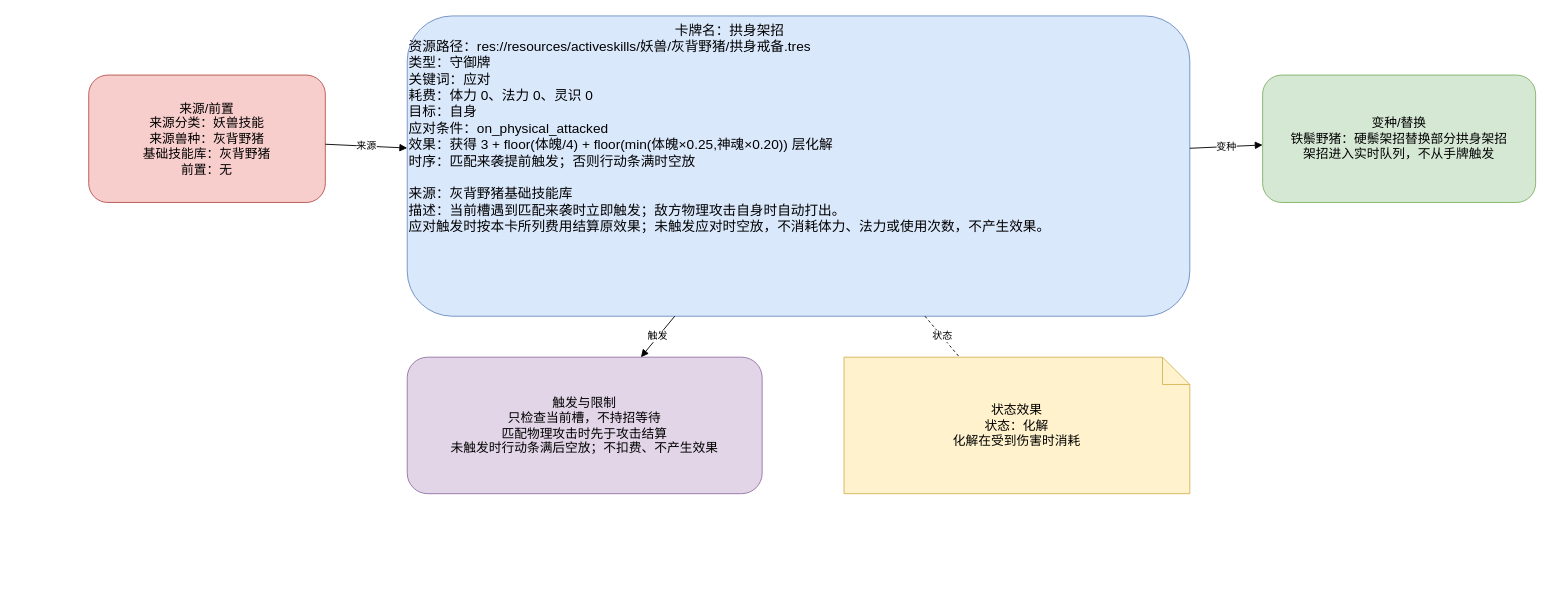
Earlier version of the draw.io diagram page "拱身架招" (1 of 2) of docs/卡牌词典/妖兽/灰背野猪/拱身架招.drawio (ankundanetracyc-spec/tian-guan-you-du). Source tidied: cells renumbered, new cells numbered last; positions are measured from the earlier drawing's top-left corner, leaving out a move shared by most shapes. Both pictures are drawn from the tidied source at 91%, with x=0, y=0 at pixel (88, 15).
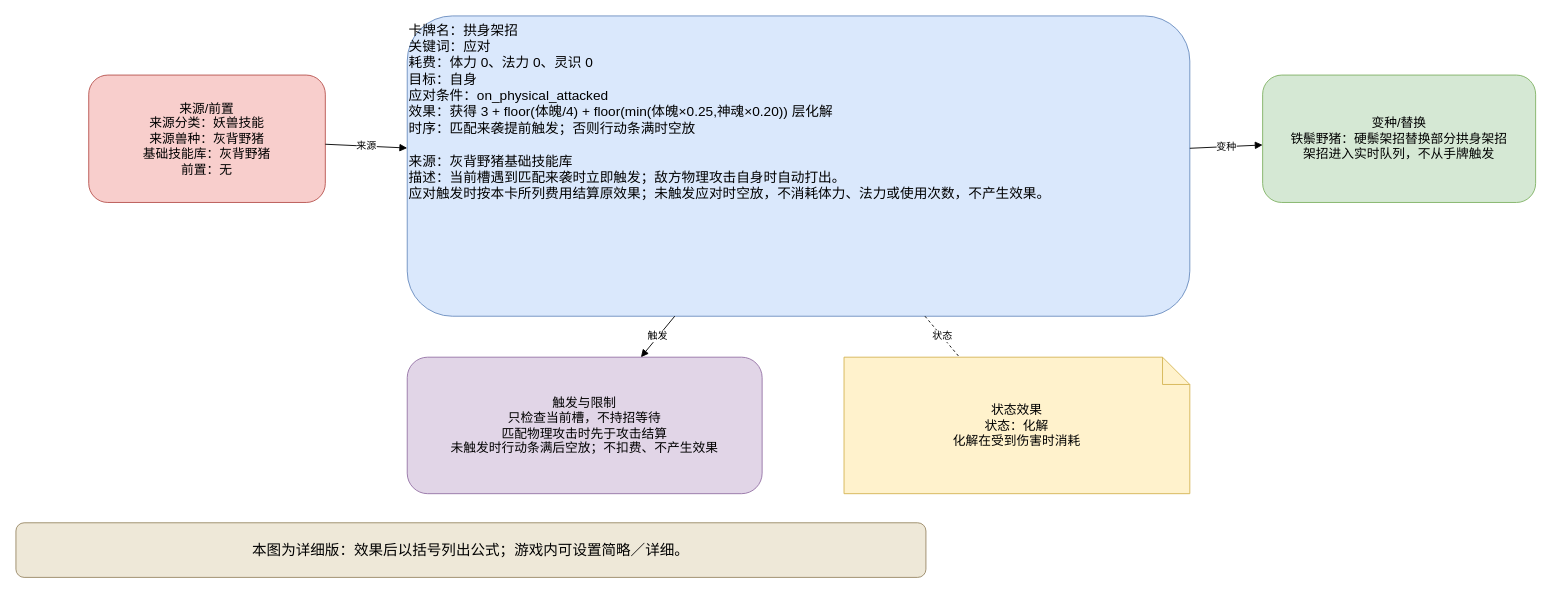
After the change.

Diff of the diagram source:
```diff
@@
 <mxGraphModel>
   <root>
     <mxCell id="0" />
     <mxCell id="1" parent="0" />
-    <mxCell id="2" value="&lt;div style=&quot;text-align:center;&quot;&gt;卡牌名：拱身架招&lt;/div&gt;&lt;div style=&quot;text-align:left;&quot;&gt;资源路径：res://resources/activeskills/妖兽/灰背野猪/拱身戒备.tres&lt;br&gt;类型：守御牌&lt;br&gt;关键词：应对&lt;br&gt;耗费：体力 0、法力 0、灵识 0&lt;br&gt;目标：自身&lt;br&gt;应对条件：on_physical_attacked&lt;br&gt;效果：获得 3 + floor(体魄/4) + floor(min(体魄×0.25,神魂×0.20)) 层化解&lt;br&gt;时序：匹配来袭提前触发；否则行动条满时空放&lt;/div&gt;&lt;br&gt;来源：灰背野猪基础技能库&lt;br&gt;描述：当前槽遇到匹配来袭时立即触发；敌方物理攻击自身时自动打出。&lt;br&gt;应对触发时按本卡所列费用结算原效果；未触发应对时空放，不消耗体力、法力或使用次数，不产生效果。" style="rounded=1;whiteSpace=wrap;html=1;fillColor=#dae8fc;strokeColor=#6c8ebf;fontSize=15;align=left;verticalAlign=top;" parent="1" vertex="1">
+    <mxCell id="2" value="卡牌名：拱身架招&#10;关键词：应对&#10;耗费：体力 0、法力 0、灵识 0&#10;目标：自身&#10;应对条件：on_physical_attacked&#10;效果：获得 3 + floor(体魄/4) + floor(min(体魄×0.25,神魂×0.20)) 层化解&#10;时序：匹配来袭提前触发；否则行动条满时空放&#10;&#10;来源：灰背野猪基础技能库&#10;描述：当前槽遇到匹配来袭时立即触发；敌方物理攻击自身时自动打出。&#10;应对触发时按本卡所列费用结算原效果；未触发应对时空放，不消耗体力、法力或使用次数，不产生效果。" style="rounded=1;whiteSpace=wrap;html=1;fillColor=#dae8fc;strokeColor=#6c8ebf;fontSize=15;align=left;verticalAlign=top;" parent="1" vertex="1">
       <mxGeometry x="350" width="860" height="330" as="geometry" />
     </mxCell>
     <mxCell id="3" value="来源/前置&#10;来源分类：妖兽技能&#10;来源兽种：灰背野猪&#10;基础技能库：灰背野猪&#10;前置：无" style="rounded=1;whiteSpace=wrap;html=1;fillColor=#f8cecc;strokeColor=#b85450;fontSize=14;" parent="1" vertex="1">
       <mxGeometry y="65" width="260" height="140" as="geometry" />
     </mxCell>
     <mxCell id="4" value="变种/替换&#10;铁鬃野猪：硬鬃架招替换部分拱身架招&#10;架招进入实时队列，不从手牌触发" style="rounded=1;whiteSpace=wrap;html=1;fillColor=#d5e8d4;strokeColor=#82b366;fontSize=14;" parent="1" vertex="1">
       <mxGeometry x="1290" y="65" width="300" height="140" as="geometry" />
     </mxCell>
     <mxCell id="5" value="触发与限制&#10;只检查当前槽，不持招等待&#10;匹配物理攻击时先于攻击结算&#10;未触发时行动条满后空放；不扣费、不产生效果" style="rounded=1;whiteSpace=wrap;html=1;fillColor=#e1d5e7;strokeColor=#9673a6;fontSize=14;" parent="1" vertex="1">
       <mxGeometry x="350" y="375" width="390" height="150" as="geometry" />
     </mxCell>
     <mxCell id="6" value="状态效果&#10;状态：化解&#10;化解在受到伤害时消耗" style="shape=note;whiteSpace=wrap;html=1;fillColor=#fff2cc;strokeColor=#d6b656;fontSize=14;" parent="1" vertex="1">
       <mxGeometry x="830" y="375" width="380" height="150" as="geometry" />
     </mxCell>
     <mxCell id="7" value="来源" style="endArrow=block;html=1;rounded=0;" parent="1" edge="1" source="3" target="2">
       <mxGeometry relative="1" as="geometry" />
     </mxCell>
     <mxCell id="8" value="变种" style="endArrow=block;html=1;rounded=0;" parent="1" edge="1" source="2" target="4">
       <mxGeometry relative="1" as="geometry" />
     </mxCell>
     <mxCell id="9" value="触发" style="endArrow=block;html=1;rounded=0;" parent="1" edge="1" source="2" target="5">
       <mxGeometry relative="1" as="geometry" />
     </mxCell>
     <mxCell id="10" value="状态" style="endArrow=none;dashed=1;html=1;" parent="1" edge="1" source="2" target="6">
       <mxGeometry relative="1" as="geometry" />
     </mxCell>
+    <mxCell id="11" value="本图为详细版：效果后以括号列出公式；游戏内可设置简略／详细。" style="rounded=1;whiteSpace=wrap;html=1;fillColor=#eee8d8;strokeColor=#9a8967;fontSize=16;" parent="1" vertex="1">
+      <mxGeometry x="-80" y="557" width="1000" height="60" as="geometry" />
+    </mxCell>
   </root>
 </mxGraphModel>
```
